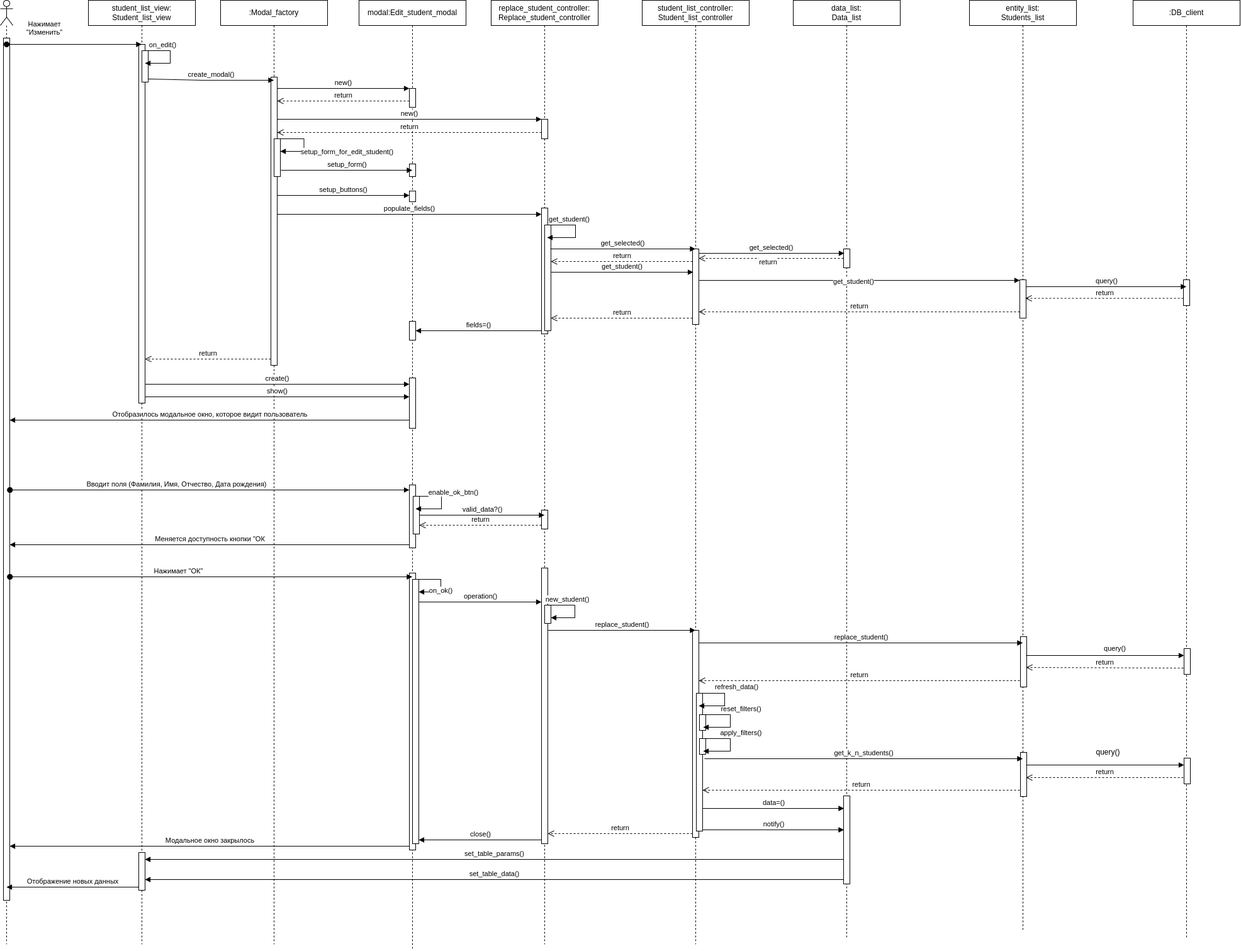
Above: student_mvc/media/diagrams/sequence_diagram_for_student_changing.png in ZaiiiRan/design_patterns (draw.io), before the change. Source tidied: cells renumbered, new cells last; positions are measured from the earlier drawing's top-left corner, leaving out a move shared by most shapes.
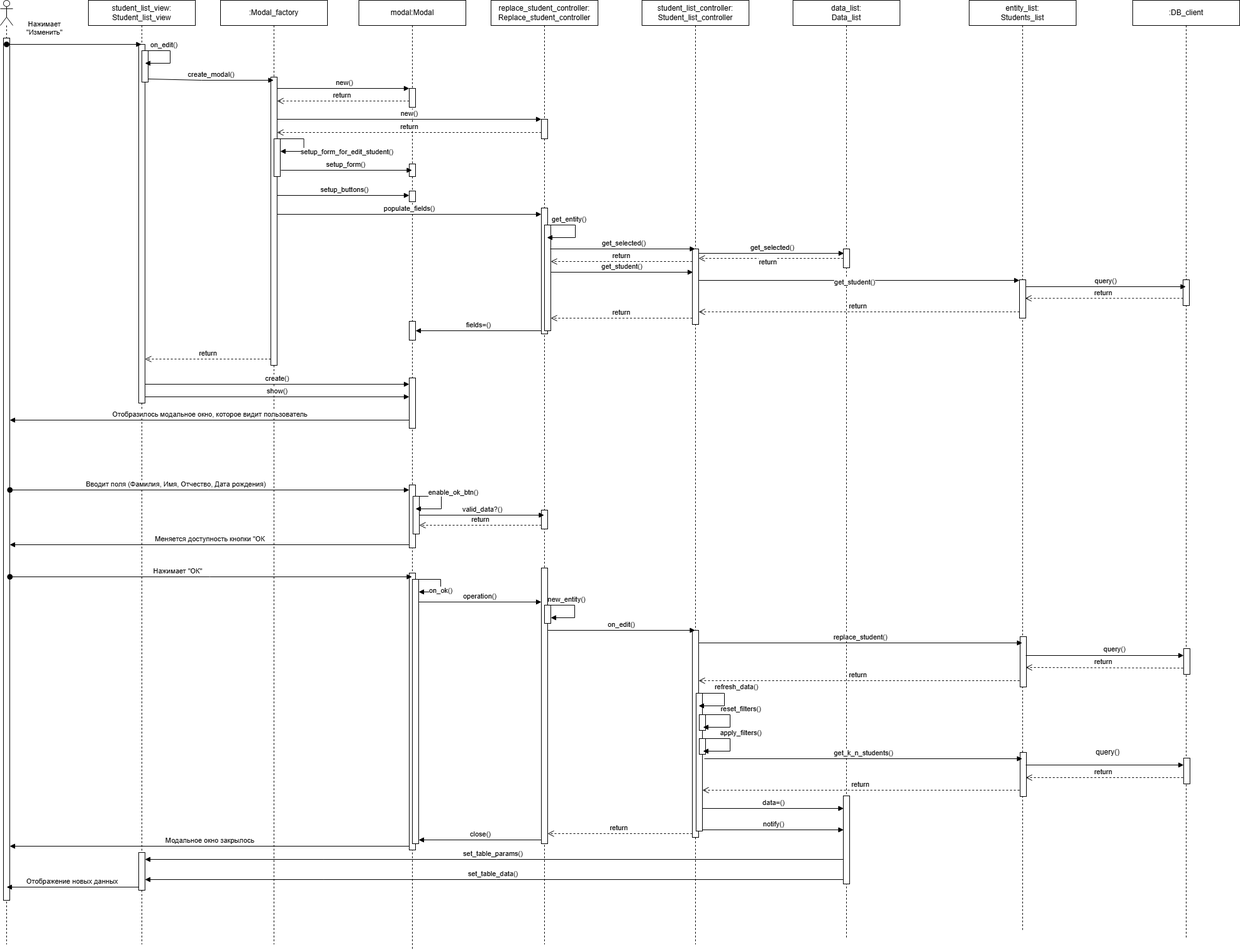
Above is the later version.

Diff of the diagram source:
```diff
@@ -25,7 +25,7 @@
         <mxPoint x="10" y="70" as="sourcePoint" />
       </mxGeometry>
     </mxCell>
-    <mxCell id="9" value="modal:Edit_student_modal" style="shape=umlLifeline;perimeter=lifelinePerimeter;whiteSpace=wrap;html=1;outlineConnect=0;portConstraint=eastwest;newEdgeStyle={&quot;curved&quot;:0,&quot;rounded&quot;:0};" parent="1" vertex="1">
+    <mxCell id="9" value="modal:Modal" style="shape=umlLifeline;perimeter=lifelinePerimeter;whiteSpace=wrap;html=1;outlineConnect=0;portConstraint=eastwest;newEdgeStyle={&quot;curved&quot;:0,&quot;rounded&quot;:0};" parent="1" vertex="1">
       <mxGeometry x="570" width="170" height="1510" as="geometry" />
     </mxCell>
     <mxCell id="10" style="html=1;perimeter=orthogonalPerimeter;targetShapes=umlLifeline;newEdgeStyle={&quot;curved&quot;:0,&quot;rounded&quot;:0};" parent="9" vertex="1">
@@ -195,7 +195,7 @@
         <mxPoint x="860" y="956" as="targetPoint" />
       </mxGeometry>
     </mxCell>
-    <mxCell id="50" value="get_student()" style="html=1;verticalAlign=bottom;endArrow=block;curved=0;rounded=0;" parent="1" edge="1">
+    <mxCell id="50" value="get_entity()" style="html=1;verticalAlign=bottom;endArrow=block;curved=0;rounded=0;" parent="1" edge="1">
       <mxGeometry x="-0.43" relative="1" as="geometry">
         <mxPoint x="874" y="357" as="sourcePoint" />
         <mxPoint x="869" y="377" as="targetPoint" />
@@ -272,7 +272,7 @@
         <mxPoint x="660" y="525" as="targetPoint" />
       </mxGeometry>
     </mxCell>
-    <mxCell id="64" value="new_student()" style="html=1;verticalAlign=bottom;endArrow=block;curved=0;rounded=0;" parent="1" edge="1" target="25">
+    <mxCell id="64" value="new_entity()" style="html=1;verticalAlign=bottom;endArrow=block;curved=0;rounded=0;" parent="1" edge="1" target="25">
       <mxGeometry x="-0.43" relative="1" as="geometry">
         <mxPoint x="873" y="961" as="sourcePoint" />
         <Array as="points">
@@ -281,7 +281,7 @@
         </Array>
       </mxGeometry>
     </mxCell>
-    <mxCell id="65" value="replace_student()" style="html=1;verticalAlign=bottom;endArrow=block;curved=0;rounded=0;" parent="1" edge="1" source="22">
+    <mxCell id="65" value="on_edit()" style="html=1;verticalAlign=bottom;endArrow=block;curved=0;rounded=0;" parent="1" edge="1" source="22">
       <mxGeometry relative="1" as="geometry">
         <mxPoint x="1104.5" y="1001" as="targetPoint" />
       </mxGeometry>
```
